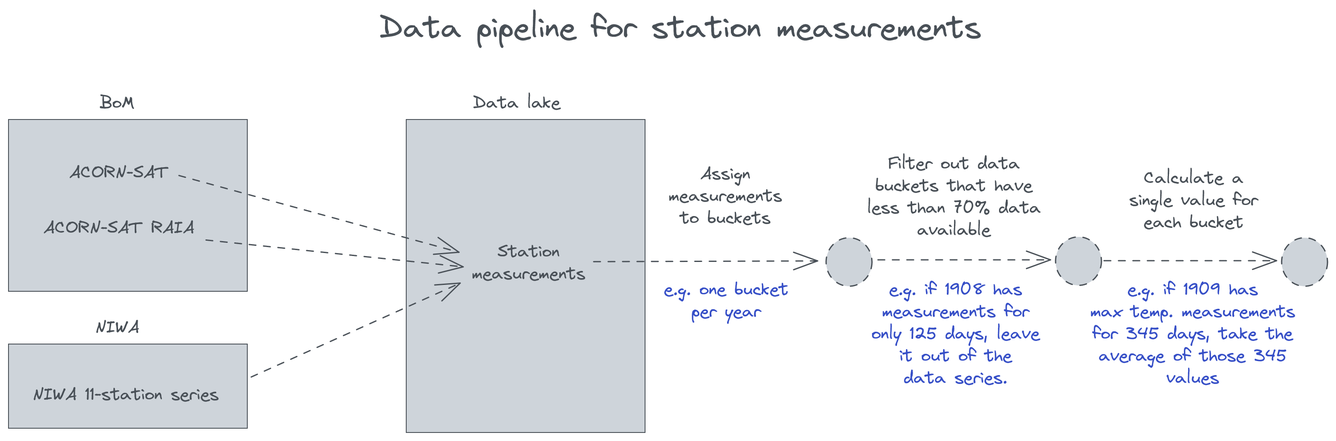
Before: AcornSat.Visualiser/wwwroot/images/pipeline.png, a diagram exported from Excalidraw (ledpup/ClimateExplorer). Source tidied: one line per element, renumbered; positions are measured from the earlier drawing's top-left corner, leaving out a move shared by most shapes.
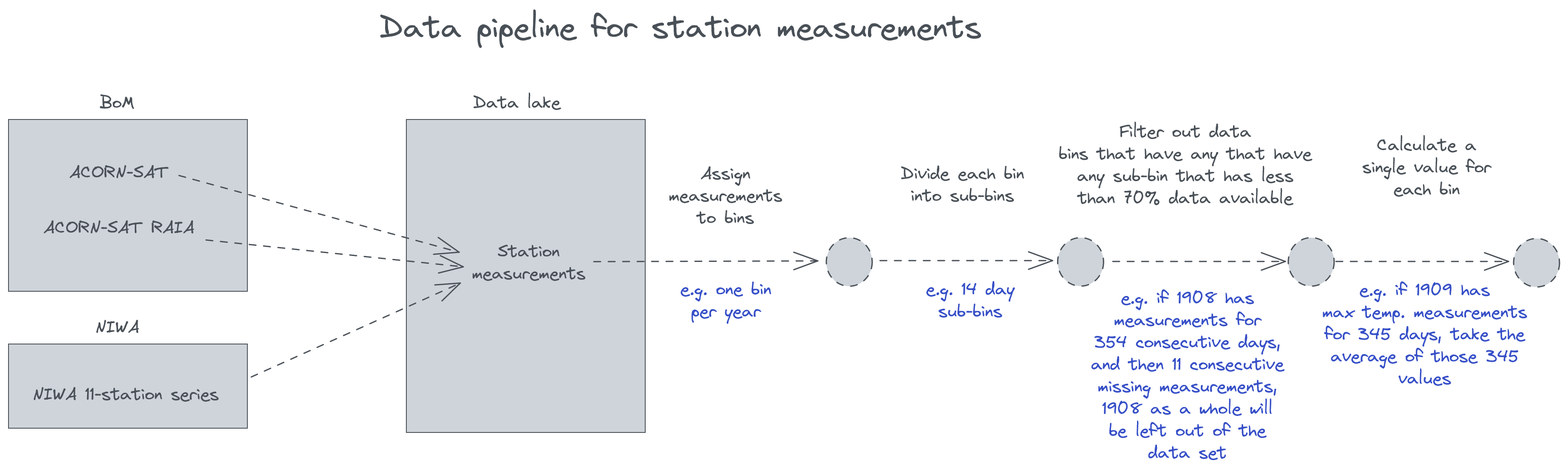
The same file after the commit.

Commit message:
Correct error in pipeline diagram

What changed in the source:
```diff
@@ -2,17 +2,16 @@
 {"id": 1, "type": "text", "text": "Data lake", "strokeColor": "#495057", "backgroundColor": "#ced4da", "fillStyle": "solid", "strokeWidth": 1, "roughness": 0, "fontSize": 20, "fontFamily": 1, "textAlign": "center", "x": 546, "y": 98, "width": 104, "height": 26}
 {"id": 2, "type": "text", "text": "Station\nmeasurements", "strokeColor": "#495057", "backgroundColor": "#ced4da", "fillStyle": "solid", "strokeWidth": 1, "roughness": 0, "fontSize": 20, "fontFamily": 1, "textAlign": "center", "x": 544, "y": 272, "width": 135, "height": 52}
 {"id": 3, "type": "arrow", "strokeColor": "#495057", "backgroundColor": "#ced4da", "fillStyle": "solid", "strokeWidth": 1, "strokeStyle": "dashed", "roughness": 0, "endArrowhead": "arrow", "from": 2, "to": 7, "x": 688, "y": 298, "width": 263, "height": 1, "points": [[0, 0], [263, -1]]}
-{"id": 4, "type": "text", "text": "Filter out data\nbuckets that have\nless than 70% data\navailable", "strokeColor": "#495057", "backgroundColor": "#ced4da", "fillStyle": "solid", "strokeWidth": 1, "strokeStyle": "dashed", "roughness": 0, "fontSize": 20, "fontFamily": 1, "textAlign": "center", "x": 1010, "y": 169, "width": 204, "height": 104}
+{"id": 4, "type": "text", "text": "Filter out data\nbins that have any that have\nany sub-bin that has less\nthan 70% data available", "strokeColor": "#495057", "backgroundColor": "#ced4da", "fillStyle": "solid", "strokeWidth": 1, "strokeStyle": "dashed", "roughness": 0, "fontSize": 20, "fontFamily": 1, "textAlign": "center", "x": 1235, "y": 132, "width": 298, "height": 104}
-{"id": 5, "type": "text", "text": "Assign\nmeasurements\nto buckets", "strokeColor": "#495057", "backgroundColor": "#ced4da", "fillStyle": "solid", "strokeWidth": 1, "strokeStyle": "dashed", "roughness": 0, "fontSize": 20, "fontFamily": 1, "textAlign": "center", "x": 776, "y": 181, "width": 134, "height": 78}
-{"id": 6, "type": "arrow", "strokeColor": "#495057", "backgroundColor": "#ced4da", "fillStyle": "solid", "strokeWidth": 1, "strokeStyle": "dashed", "roughness": 0, "endArrowhead": "arrow", "from": 7, "to": 8, "x": 1023, "y": 296, "width": 203, "height": 0, "points": [[0, 0], [203, 0]]}
+{"id": 26, "type": "text", "text": "Assign\nmeasurements\nto bins", "strokeColor": "#495057", "backgroundColor": "#ced4da", "fillStyle": "solid", "strokeWidth": 1, "strokeStyle": "dashed", "roughness": 0, "fontSize": 20, "fontFamily": 1, "textAlign": "center", "x": 776, "y": 181, "width": 134, "height": 78}
 {"id": 7, "type": "ellipse", "strokeColor": "#495057", "backgroundColor": "#ced4da", "fillStyle": "solid", "strokeWidth": 1, "strokeStyle": "dashed", "roughness": 0, "x": 962, "y": 270, "width": 54, "height": 57}
-{"id": 8, "type": "ellipse", "strokeColor": "#495057", "backgroundColor": "#ced4da", "fillStyle": "solid", "strokeWidth": 1, "strokeStyle": "dashed", "roughness": 0, "x": 1232, "y": 268, "width": 54, "height": 57}
+{"id": 27, "type": "ellipse", "strokeColor": "#495057", "backgroundColor": "#ced4da", "fillStyle": "solid", "strokeWidth": 1, "strokeStyle": "dashed", "roughness": 0, "x": 1505, "y": 269, "width": 54, "height": 57}
-{"id": 9, "type": "text", "text": "Calculate a\nsingle value for\neach bucket", "strokeColor": "#495057", "backgroundColor": "#ced4da", "fillStyle": "solid", "strokeWidth": 1, "strokeStyle": "dashed", "roughness": 0, "fontSize": 20, "fontFamily": 1, "textAlign": "center", "x": 1318, "y": 186, "width": 152, "height": 78}
+{"id": 9, "type": "text", "text": "Calculate a\nsingle value for\neach bin", "strokeColor": "#495057", "backgroundColor": "#ced4da", "fillStyle": "solid", "strokeWidth": 1, "strokeStyle": "dashed", "roughness": 0, "fontSize": 20, "fontFamily": 1, "textAlign": "center", "x": 1592, "y": 148, "width": 152, "height": 78}
-{"id": 10, "type": "arrow", "strokeColor": "#495057", "backgroundColor": "#ced4da", "fillStyle": "solid", "strokeWidth": 1, "strokeStyle": "dashed", "roughness": 0, "endArrowhead": "arrow", "from": 8, "to": 11, "x": 1289, "y": 296, "width": 203, "height": 0, "points": [[0, 0], [203, 0]]}
+{"id": 28, "type": "arrow", "strokeColor": "#495057", "backgroundColor": "#ced4da", "fillStyle": "solid", "strokeWidth": 1, "strokeStyle": "dashed", "roughness": 0, "endArrowhead": "arrow", "from": 14, "to": 11, "x": 1561, "y": 297, "width": 203, "height": 0, "points": [[0, 0], [203, 0]]}
-{"id": 11, "type": "ellipse", "strokeColor": "#495057", "backgroundColor": "#ced4da", "fillStyle": "solid", "strokeWidth": 1, "strokeStyle": "dashed", "roughness": 0, "x": 1498, "y": 270, "width": 54, "height": 57}
+{"id": 11, "type": "ellipse", "strokeColor": "#495057", "backgroundColor": "#ced4da", "fillStyle": "solid", "strokeWidth": 1, "strokeStyle": "dashed", "roughness": 0, "x": 1771, "y": 270, "width": 54, "height": 57}
-{"id": 12, "type": "text", "text": "e.g. one bucket\nper year", "strokeColor": "#364fc7", "backgroundColor": "#ced4da", "fillStyle": "solid", "strokeWidth": 1, "strokeStyle": "dashed", "roughness": 0, "fontSize": 20, "fontFamily": 1, "textAlign": "center", "x": 771, "y": 317, "width": 147, "height": 52}
+{"id": 29, "type": "text", "text": "e.g. one bin\nper year", "strokeColor": "#364fc7", "backgroundColor": "#ced4da", "fillStyle": "solid", "strokeWidth": 1, "strokeStyle": "dashed", "roughness": 0, "fontSize": 20, "fontFamily": 1, "textAlign": "center", "x": 790, "y": 317, "width": 107, "height": 52}
-{"id": 13, "type": "text", "text": "e.g. if 1908 has\nmeasurements for\nonly 125 days, leave\nit out of the\ndata series.", "strokeColor": "#364fc7", "backgroundColor": "#ced4da", "fillStyle": "solid", "strokeWidth": 1, "strokeStyle": "dashed", "roughness": 0, "fontSize": 20, "fontFamily": 1, "textAlign": "center", "x": 1016, "y": 317, "width": 198, "height": 130}
+{"id": 13, "type": "text", "text": "e.g. if 1908 has\nmeasurements for\n354 consecutive days,\nand then 11 consecutive\nmissing measurements,\n1908 as a whole will\nbe left out of the\ndata set", "strokeColor": "#364fc7", "backgroundColor": "#ced4da", "fillStyle": "solid", "strokeWidth": 1, "strokeStyle": "dashed", "roughness": 0, "fontSize": 20, "fontFamily": 1, "textAlign": "center", "x": 1274, "y": 327, "width": 227, "height": 208}
-{"id": 14, "type": "text", "text": "e.g. if 1909 has\nmax temp. measurements\nfor 345 days, take the\naverage of those 345\nvalues", "strokeColor": "#364fc7", "backgroundColor": "#ced4da", "fillStyle": "solid", "strokeWidth": 1, "strokeStyle": "dashed", "roughness": 0, "fontSize": 20, "fontFamily": 1, "textAlign": "center", "x": 1273, "y": 317, "width": 241, "height": 130}
+{"id": 14, "type": "text", "text": "e.g. if 1909 has\nmax temp. measurements\nfor 345 days, take the\naverage of those 345\nvalues", "strokeColor": "#364fc7", "backgroundColor": "#ced4da", "fillStyle": "solid", "strokeWidth": 1, "strokeStyle": "dashed", "roughness": 0, "fontSize": 20, "fontFamily": 1, "textAlign": "center", "x": 1546, "y": 318, "width": 241, "height": 130}
 {"id": 15, "type": "text", "text": "BoM", "strokeColor": "#495057", "backgroundColor": "#ced4da", "fillStyle": "solid", "strokeWidth": 1, "roughness": 0, "fontSize": 20, "fontFamily": 1, "textAlign": "center", "x": 107, "y": 98, "width": 42, "height": 26}
 {"id": 16, "type": "rectangle", "strokeColor": "#495057", "backgroundColor": "#ced4da", "fillStyle": "solid", "strokeWidth": 1, "roughness": 0, "x": 0, "y": 130, "width": 281, "height": 202}
 {"id": 17, "type": "text", "text": "ACORN-SAT", "strokeColor": "#495057", "backgroundColor": "#ced4da", "fillStyle": "solid", "strokeWidth": 1, "roughness": 0, "fontSize": 20, "fontFamily": 1, "textAlign": "center", "x": 71, "y": 180, "width": 118, "height": 26}
@@ -24,3 +23,8 @@
 {"id": 23, "type": "rectangle", "strokeColor": "#495057", "backgroundColor": "#ced4da", "fillStyle": "solid", "strokeWidth": 1, "roughness": 0, "x": 0, "y": 394, "width": 281, "height": 99}
 {"id": 24, "type": "text", "text": "NIWA 11-station series", "strokeColor": "#495057", "backgroundColor": "#ced4da", "fillStyle": "solid", "strokeWidth": 1, "roughness": 0, "fontSize": 20, "fontFamily": 1, "textAlign": "center", "x": 28, "y": 440, "width": 220, "height": 26}
 {"id": 25, "type": "text", "text": "Data pipeline for station measurements", "strokeColor": "#495057", "backgroundColor": "#ced4da", "fillStyle": "solid", "strokeWidth": 1, "roughness": 0, "fontSize": 36, "fontFamily": 1, "textAlign": "center", "x": 436, "y": 0, "width": 709, "height": 46}
+{"id": 30, "type": "arrow", "strokeColor": "#495057", "backgroundColor": "#ced4da", "fillStyle": "solid", "strokeWidth": 1, "strokeStyle": "dashed", "roughness": 0, "endArrowhead": "arrow", "from": 7, "to": 31, "x": 1025, "y": 296, "width": 203, "height": 0, "points": [[0, 0], [203, 0]]}
+{"id": 31, "type": "ellipse", "strokeColor": "#495057", "backgroundColor": "#ced4da", "fillStyle": "solid", "strokeWidth": 1, "strokeStyle": "dashed", "roughness": 0, "x": 1234, "y": 269, "width": 54, "height": 57}
+{"id": 32, "type": "text", "text": "Divide each bin\ninto sub-bins", "strokeColor": "#495057", "backgroundColor": "#ced4da", "fillStyle": "solid", "strokeWidth": 1, "strokeStyle": "dashed", "roughness": 0, "fontSize": 20, "fontFamily": 1, "textAlign": "center", "x": 1050, "y": 181, "width": 145, "height": 52}
+{"id": 33, "type": "text", "text": "e.g. 14 day\nsub-bins", "strokeColor": "#364fc7", "backgroundColor": "#ced4da", "fillStyle": "solid", "strokeWidth": 1, "strokeStyle": "dashed", "roughness": 0, "fontSize": 20, "fontFamily": 1, "textAlign": "center", "x": 1079, "y": 317, "width": 104, "height": 52}
+{"id": 34, "type": "arrow", "strokeColor": "#495057", "backgroundColor": "#ced4da", "fillStyle": "solid", "strokeWidth": 1, "strokeStyle": "dashed", "roughness": 0, "endArrowhead": "arrow", "from": 31, "to": 27, "x": 1299, "y": 297, "width": 203, "height": 0, "points": [[0, 0], [203, 0]]}
```
